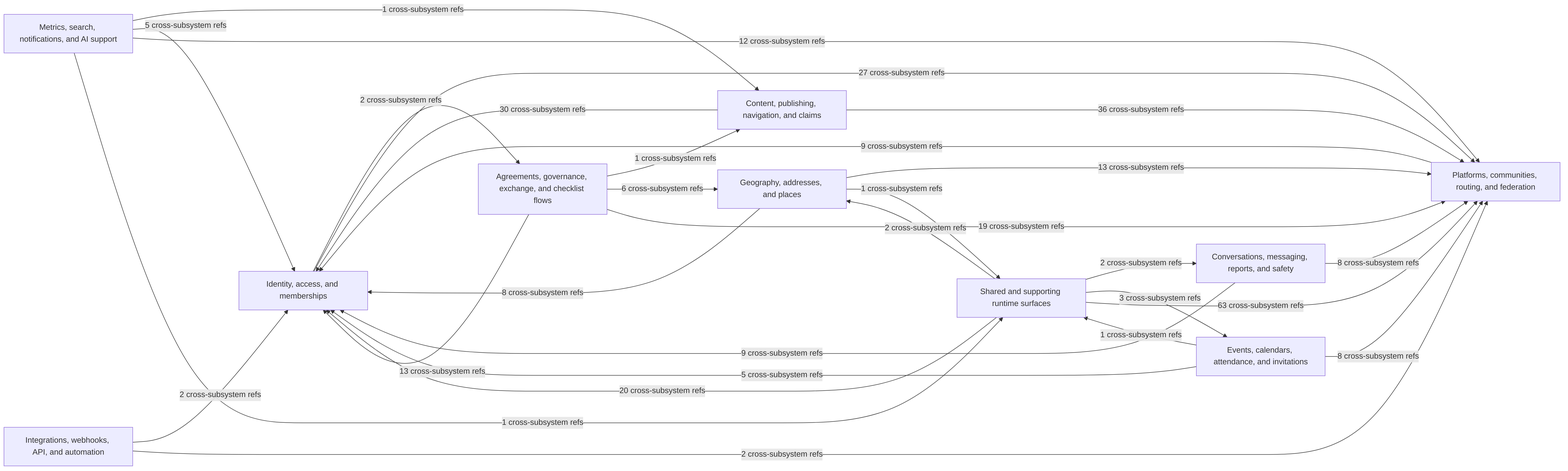
better-together-org/community-engine-rails keeps this Mermaid diagram as docs/diagrams/exports/png/ce_subsystem_interaction_map.png. Above is the earlier version. Its source is kept beside it as docs/diagrams/source/ce_subsystem_interaction_map.mmd.
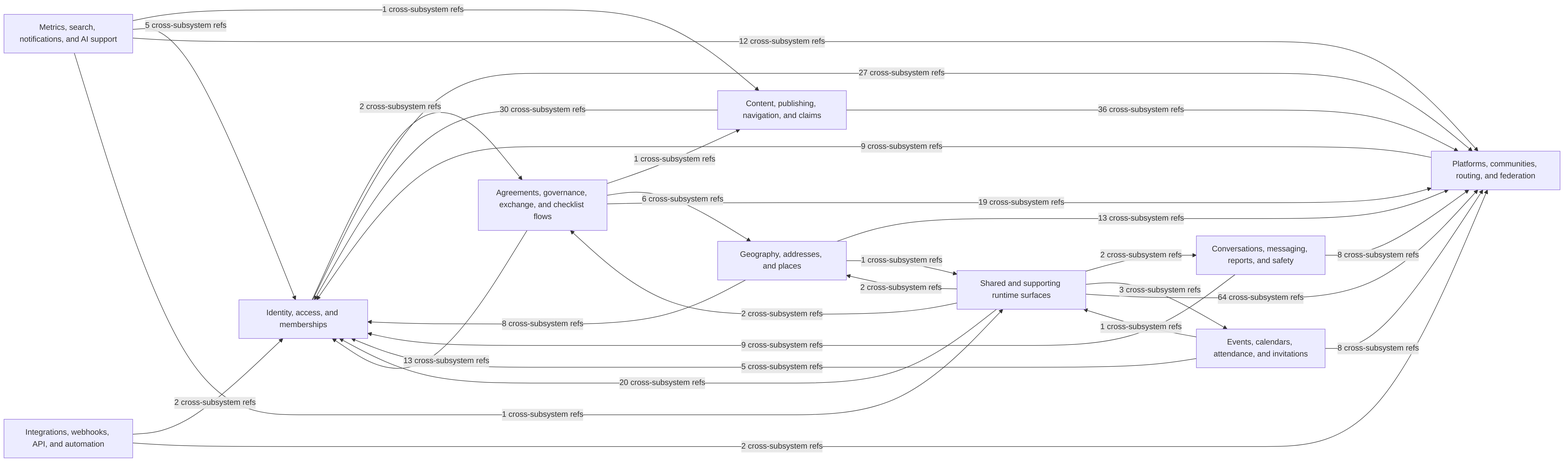
Above is the later version.

Diff of the diagram source:
```diff
@@ -35,6 +35,7 @@
   platform_network -->|9 cross-subsystem refs| identity_access
   shared_supporting -->|2 cross-subsystem refs| conversations_safety
   shared_supporting -->|3 cross-subsystem refs| events_calendar
+  shared_supporting -->|2 cross-subsystem refs| exchange_governance
   shared_supporting -->|2 cross-subsystem refs| geography_and_places
   shared_supporting -->|20 cross-subsystem refs| identity_access
-  shared_supporting -->|63 cross-subsystem refs| platform_network
+  shared_supporting -->|64 cross-subsystem refs| platform_network
```
